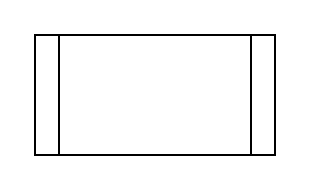
Earlier version of the draw.io diagram 测试.drawio (babalife/Test). Source tidied: cells renumbered, new cells numbered last; positions are measured from the earlier drawing's top-left corner, leaving out a move shared by most shapes. Both pictures are drawn from the tidied source at 200%, with x=0, y=0 at pixel (34, 34).
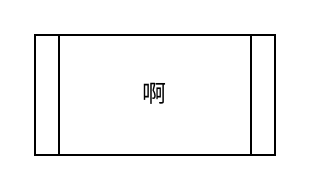
The same page after the edit.

What changed in the source:
```diff
@@
 <mxGraphModel>
   <root>
     <mxCell id="0" />
     <mxCell id="1" parent="0" />
-    <mxCell id="2" style="shape=process;whiteSpace=wrap;html=1;backgroundOutline=1;" parent="1" vertex="1">
+    <mxCell id="2" value="啊" style="shape=process;whiteSpace=wrap;html=1;backgroundOutline=1;" parent="1" vertex="1">
       <mxGeometry width="120" height="60" as="geometry" />
     </mxCell>
   </root>
 </mxGraphModel>
```
